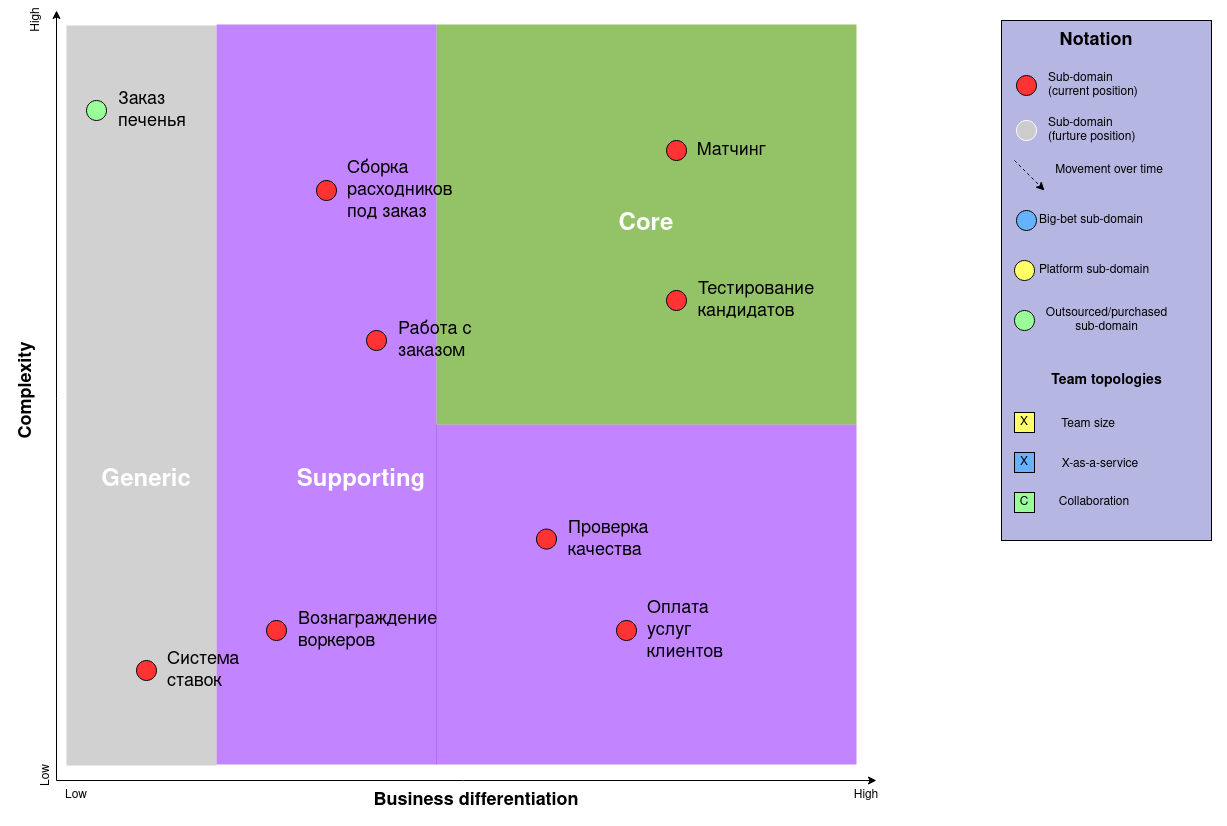
Above: 2_iteration/resources/core-domain-chart.png in vogolubenets/system_analysis_course (draw.io), before the change. Source tidied: cells renumbered, new cells last; positions are measured from the earlier drawing's top-left corner, leaving out a move shared by most shapes.
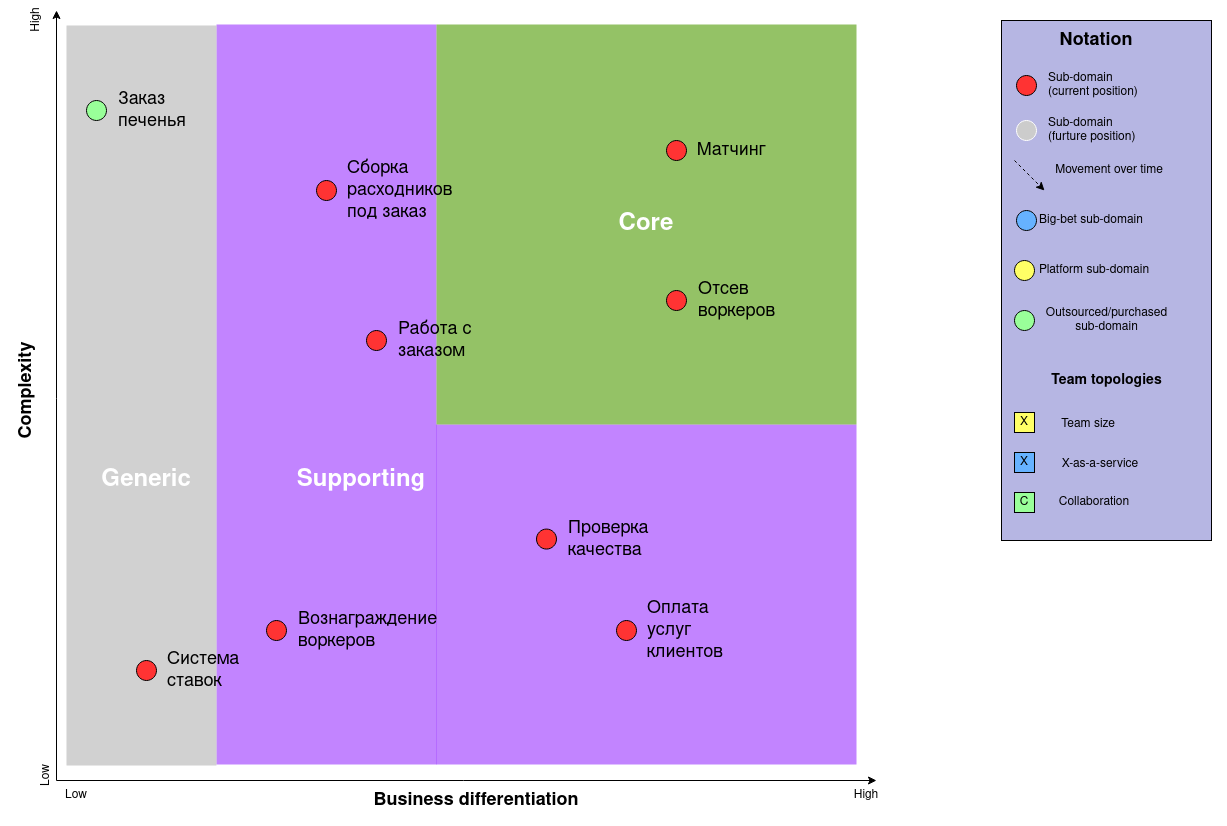
The same file after the commit.

Commit message:
core domain chart changed.

Change to the diagram source:
```diff
@@ -159,7 +159,7 @@
     <mxCell id="51" style="ellipse;whiteSpace=wrap;html=1;fillColor=#FF3333;" parent="20" vertex="1">
       <mxGeometry x="660" y="280" width="20" height="20" as="geometry" />
     </mxCell>
-    <mxCell id="52" value="&lt;div align=&quot;left&quot;&gt;&lt;font style=&quot;font-size: 18px;&quot;&gt;Тестирование кандидатов&lt;/font&gt;&lt;br&gt;&lt;/div&gt;" style="text;html=1;strokeColor=none;fillColor=none;align=left;verticalAlign=middle;whiteSpace=wrap;rounded=0;" parent="20" vertex="1">
+    <mxCell id="52" value="&lt;font style=&quot;font-size: 18px;&quot;&gt;Отсев воркеров&lt;br&gt;&lt;/font&gt;" style="text;html=1;strokeColor=none;fillColor=none;align=left;verticalAlign=middle;whiteSpace=wrap;rounded=0;" parent="20" vertex="1">
       <mxGeometry x="690" y="280" width="110" height="20" as="geometry" />
     </mxCell>
     <mxCell id="53" style="ellipse;whiteSpace=wrap;html=1;fillColor=#99FF99;" parent="20" vertex="1">
```
